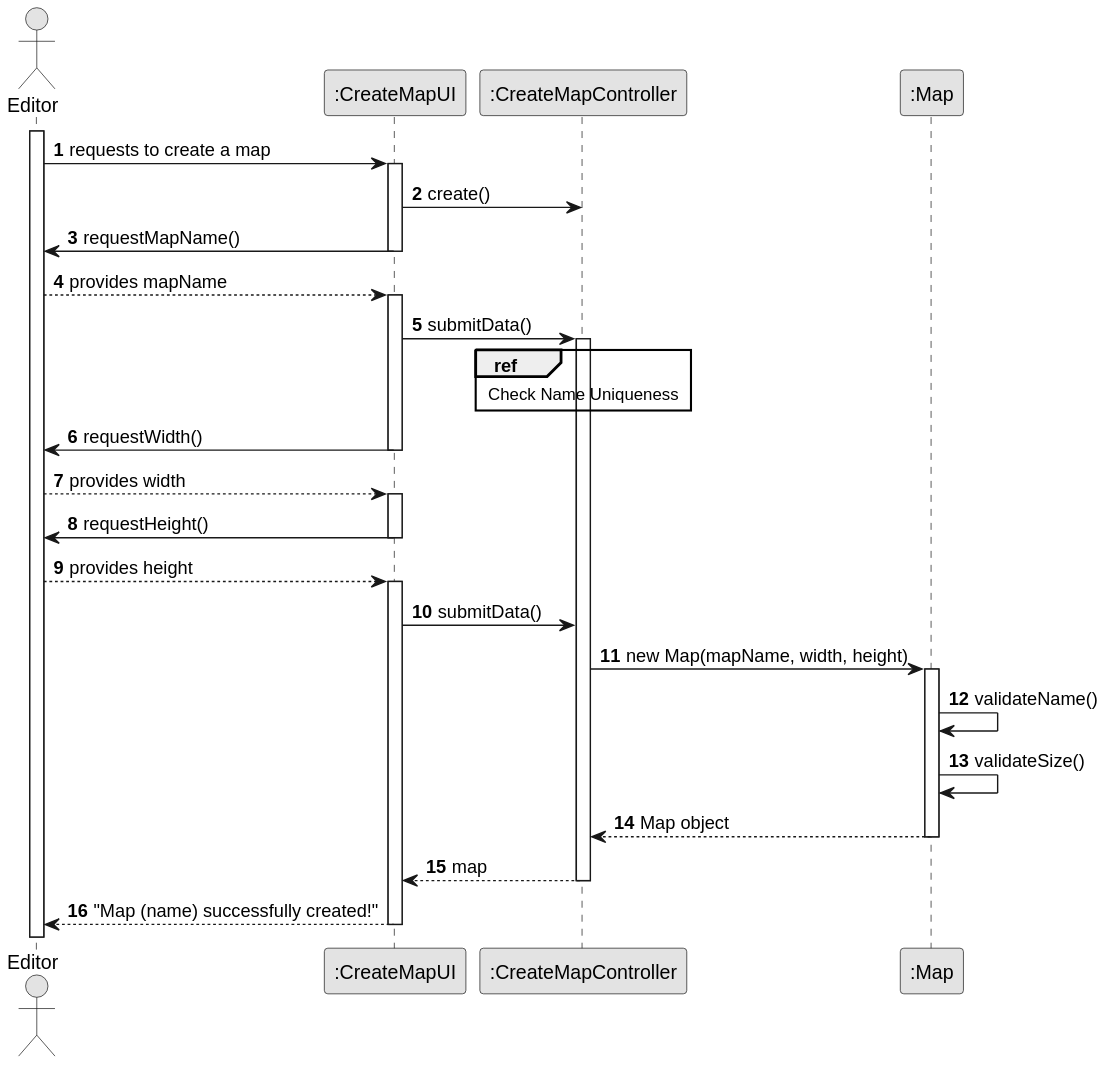
ivasduarte/all-aboard keeps this PlantUML diagram as docs/sprint3/us001/03.design/svg/us001-sd-split.svg. Above is the earlier version.
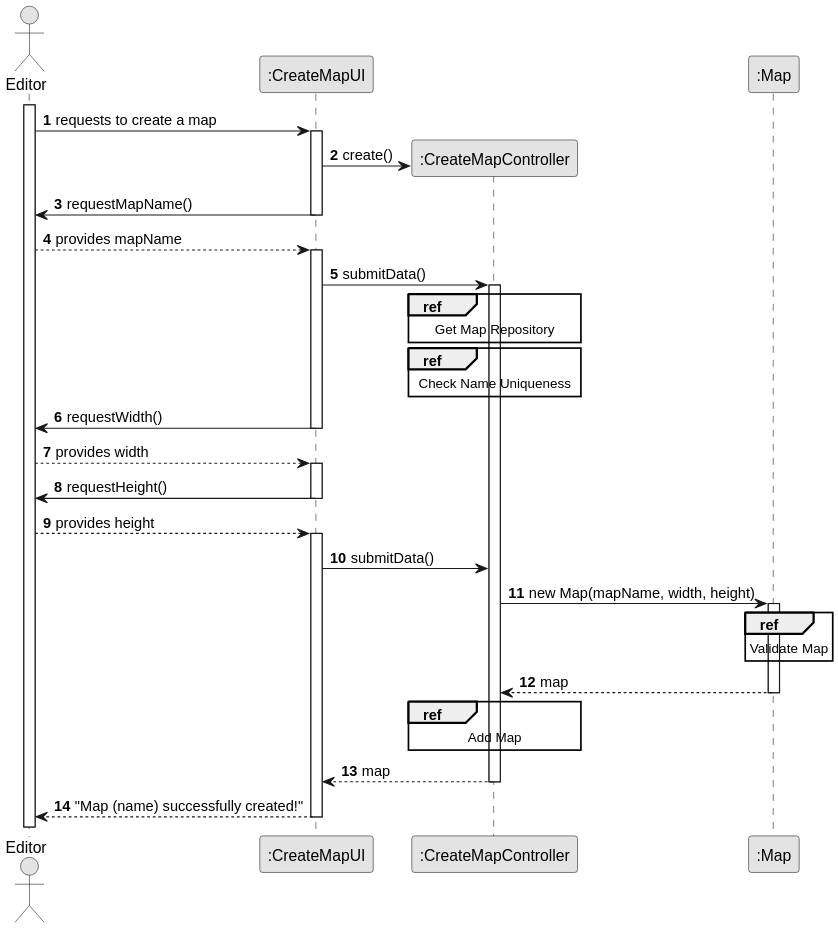
Later version of the same file.

Diff of the diagram source:
```diff
@@ -14,9 +14,9 @@
 activate Editor
 Editor -> UI : requests to create a map
 
+
 activate UI
-UI -> ctrl : create()
-
+UI -> ctrl** : create()
 
 UI -> Editor : requestMapName()
 deactivate UI
@@ -28,8 +28,12 @@
 activate ctrl
 
     ref over ctrl
-      Check Name Uniqueness
-    end ref
+        Get Map Repository
+    end
+
+    ref over ctrl
+        Check Name Uniqueness
+    end
 
 
 UI -> Editor : requestWidth()
@@ -48,10 +52,16 @@
 ctrl -> Map : new Map(mapName, width, height)
 activate Map
 
-Map -> Map : validateName()
-Map -> Map : validateSize()
-Map --> ctrl : Map object
+    ref over Map
+        Validate Map
+    end
+
+Map --> ctrl : map
 deactivate Map
+
+    ref over ctrl
+        Add Map
+    end
 
 ctrl --> UI : map
 deactivate ctrl
```
